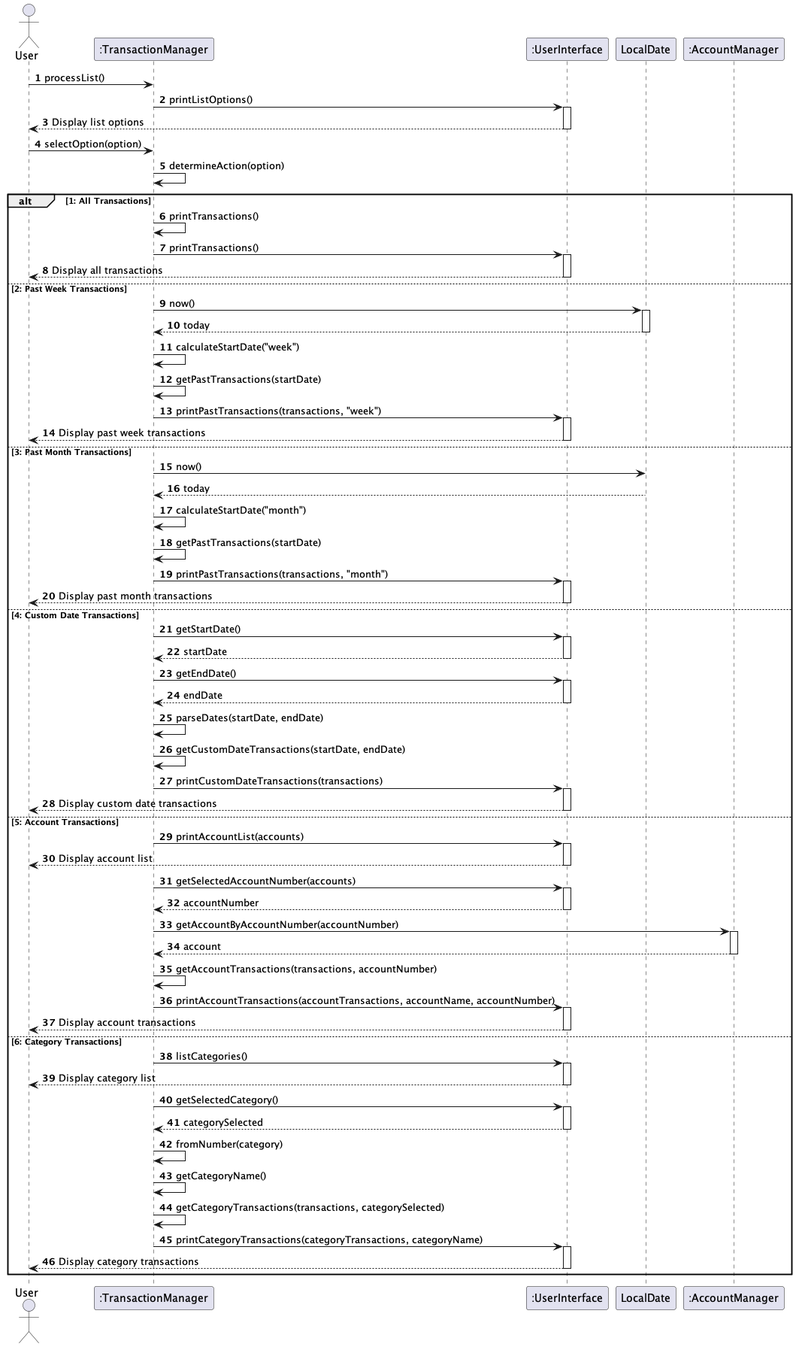
Above: docs/images/processList.png in Vavinan/tp (PlantUML), before the change. Its diagram source:
```plantuml
@startuml

autonumber

actor User
participant ":TransactionManager" as TM
participant ":UserInterface" as UI
participant "LocalDate" as LD
participant ":AccountManager" as AM

User -> TM: processList()
TM -> UI: printListOptions()
activate UI
UI --> User: Display list options
deactivate UI
User -> TM: selectOption(option)
TM -> TM: determineAction(option)

alt 1: All Transactions
    TM -> TM: printTransactions()
    TM -> UI: printTransactions()
    activate UI
    UI --> User: Display all transactions
    deactivate UI
else 2: Past Week Transactions
    TM -> LD: now()
    activate LD
    LD --> TM: today
    deactivate LD
    TM -> TM: calculateStartDate("week")
    TM -> TM: getPastTransactions(startDate)
    TM -> UI: printPastTransactions(transactions, "week")
    activate UI
    UI --> User: Display past week transactions
    deactivate UI
else 3: Past Month Transactions
    TM -> LD: now()
    LD --> TM: today
    TM -> TM: calculateStartDate("month")
    TM -> TM: getPastTransactions(startDate)
    TM -> UI: printPastTransactions(transactions, "month")
    activate UI
    UI --> User: Display past month transactions
    deactivate UI
else 4: Custom Date Transactions
    TM -> UI: getStartDate()
    activate UI
    UI --> TM: startDate
    deactivate UI
    TM -> UI: getEndDate()
    activate UI
    UI --> TM: endDate
    deactivate UI
    TM -> TM: parseDates(startDate, endDate)
    TM -> TM: getCustomDateTransactions(startDate, endDate)
    TM -> UI: printCustomDateTransactions(transactions)
    activate UI
    UI --> User: Display custom date transactions
    deactivate UI
else 5: Account Transactions
    TM -> UI: printAccountList(accounts)
    activate UI
    UI --> User: Display account list
    deactivate UI
    TM -> UI: getSelectedAccountNumber(accounts)
    activate UI
    UI --> TM: accountNumber
    deactivate UI
    TM -> AM: getAccountByAccountNumber(accountNumber)
    activate AM
    AM --> TM: account
    deactivate AM
    TM -> TM: getAccountTransactions(transactions, accountNumber)
    TM -> UI: printAccountTransactions(accountTransactions, accountName, accountNumber)
    activate UI
    UI ---> User: Display account transactions
    deactivate UI
else 6: Category Transactions
    TM -> UI: listCategories()
    activate UI
    UI --> User: Display category list
    deactivate UI
    TM -> UI: getSelectedCategory()
    activate UI
    UI --> TM: categorySelected
    deactivate UI
    TM -> TM: fromNumber(category)
    TM -> TM: getCategoryName()
    TM -> TM: getCategoryTransactions(transactions, categorySelected)
    TM -> UI: printCategoryTransactions(categoryTransactions, categoryName)
    activate UI
    UI --> User: Display category transactions
    deactivate UI
end
@enduml
```
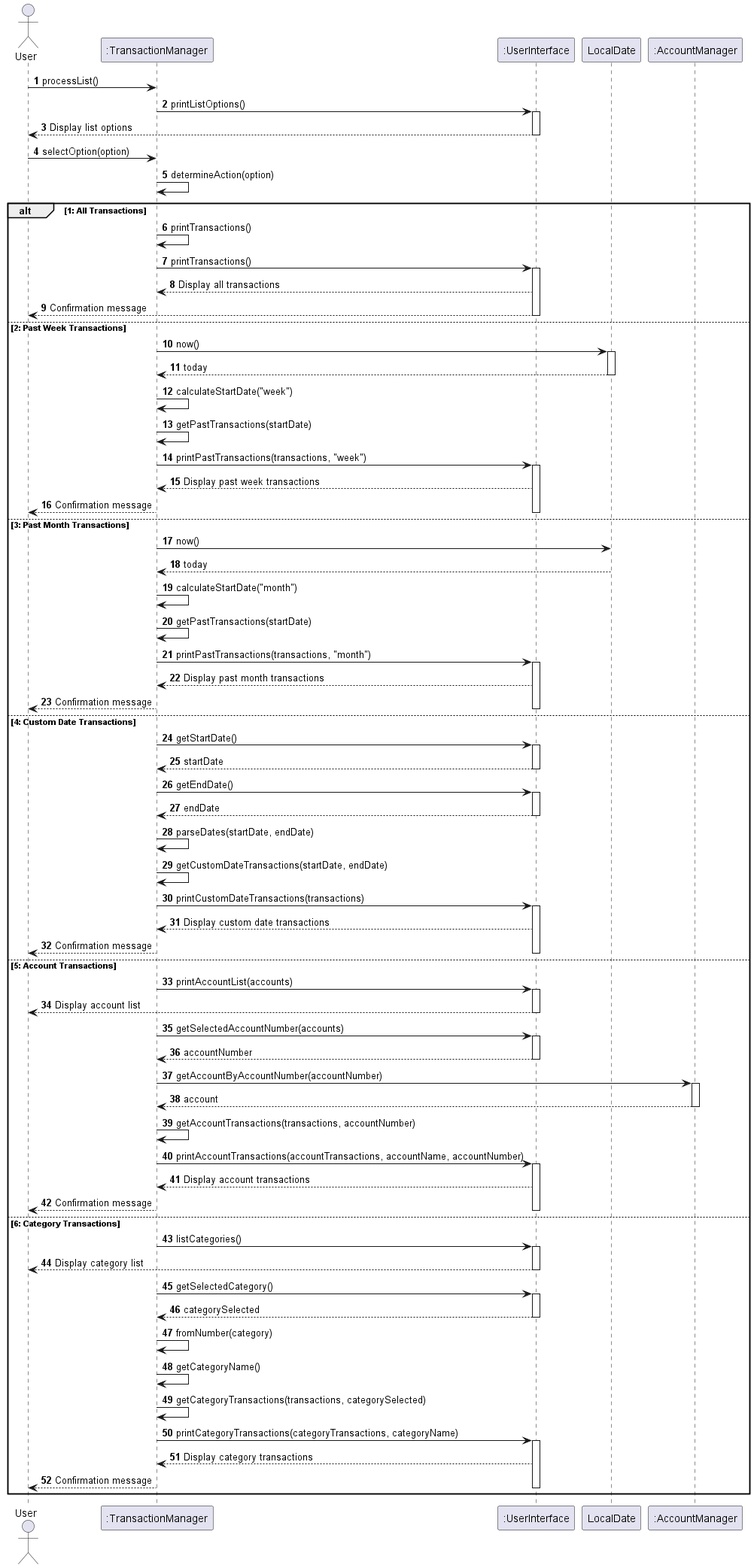
Later version of the same file.

Change to the diagram source:
```diff
@@ -20,7 +20,8 @@
     TM -> TM: printTransactions()
     TM -> UI: printTransactions()
     activate UI
-    UI --> User: Display all transactions
+    UI --> TM: Display all transactions
+    UI --> User: Confirmation message
     deactivate UI
 else 2: Past Week Transactions
     TM -> LD: now()
@@ -31,7 +32,9 @@
     TM -> TM: getPastTransactions(startDate)
     TM -> UI: printPastTransactions(transactions, "week")
     activate UI
-    UI --> User: Display past week transactions
+    UI --> TM: Display past week transactions
+    TM --> User: Confirmation message
+
     deactivate UI
 else 3: Past Month Transactions
     TM -> LD: now()
@@ -40,7 +43,9 @@
     TM -> TM: getPastTransactions(startDate)
     TM -> UI: printPastTransactions(transactions, "month")
     activate UI
-    UI --> User: Display past month transactions
+    UI --> TM: Display past month transactions
+    TM --> User: Confirmation message
+
     deactivate UI
 else 4: Custom Date Transactions
     TM -> UI: getStartDate()
@@ -55,7 +60,9 @@
     TM -> TM: getCustomDateTransactions(startDate, endDate)
     TM -> UI: printCustomDateTransactions(transactions)
     activate UI
-    UI --> User: Display custom date transactions
+    UI --> TM: Display custom date transactions
+    TM --> User: Confirmation message
+
     deactivate UI
 else 5: Account Transactions
     TM -> UI: printAccountList(accounts)
@@ -73,7 +80,9 @@
     TM -> TM: getAccountTransactions(transactions, accountNumber)
     TM -> UI: printAccountTransactions(accountTransactions, accountName, accountNumber)
     activate UI
-    UI ---> User: Display account transactions
+    UI ---> TM: Display account transactions
+    TM ---> User: Confirmation message
+
     deactivate UI
 else 6: Category Transactions
     TM -> UI: listCategories()
@@ -89,7 +98,9 @@
     TM -> TM: getCategoryTransactions(transactions, categorySelected)
     TM -> UI: printCategoryTransactions(categoryTransactions, categoryName)
     activate UI
-    UI --> User: Display category transactions
+    UI --> TM: Display category transactions
+    TM --> User: Confirmation message
+
     deactivate UI
 end
 @enduml
```
